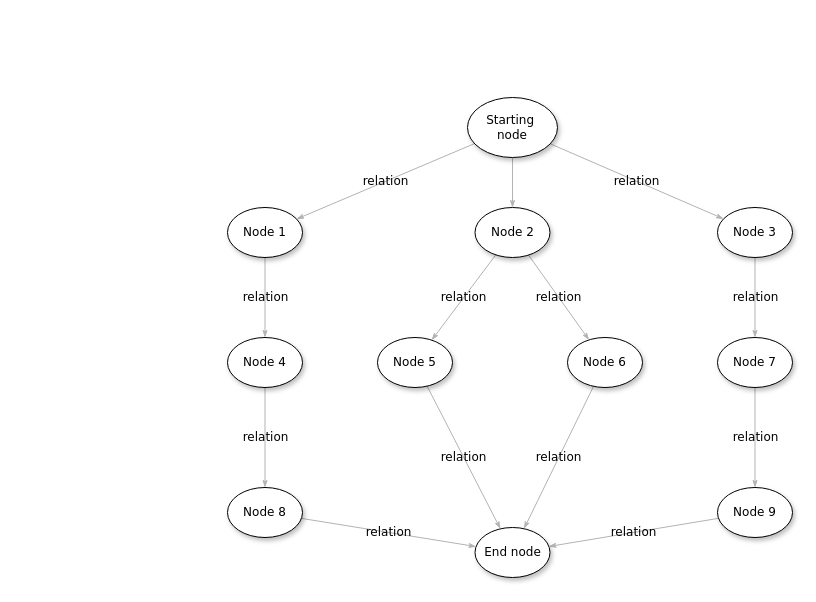
This is Class_Diagram.drawio from ParkerProbe/mp2-lab6-polynom-algebra, a draw.io file, before an edit. Source tidied: cells renumbered, new cells numbered last; positions are measured from the earlier drawing's top-left corner, leaving out a move shared by most shapes. Both pictures are drawn from the tidied source at 100%, with x=0, y=0 at pixel (227, 97).
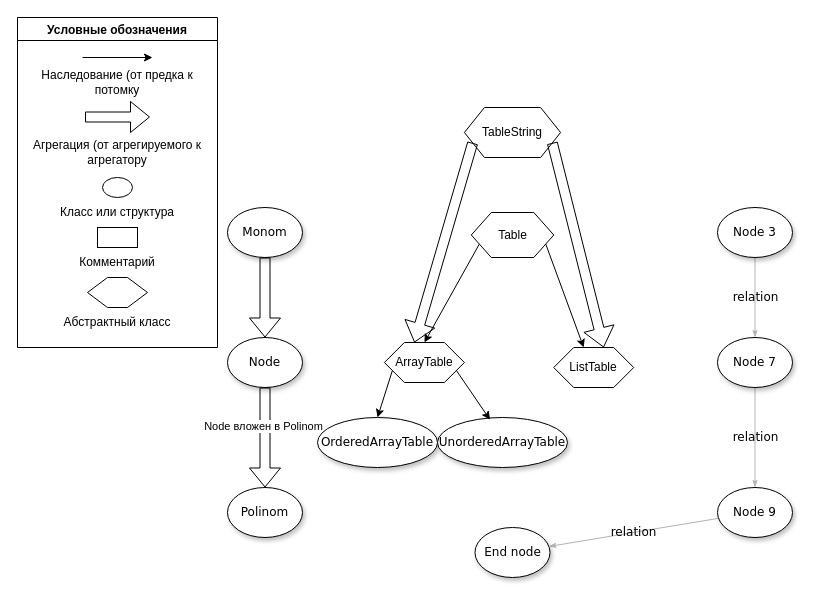
The same page after the edit.

Unchanged cells that the change refers to:
```xml
<mxCell id="10" value="&lt;span&gt;Node 3&lt;/span&gt;" style="ellipse;whiteSpace=wrap;html=1;rounded=0;shadow=1;comic=0;labelBackgroundColor=none;strokeWidth=1;fontFamily=Verdana;fontSize=12;align=center;" parent="1" vertex="1">
  <mxGeometry x="490" y="110" width="75" height="50" as="geometry" />
</mxCell>
<mxCell id="19" value="End node" style="ellipse;whiteSpace=wrap;html=1;rounded=0;shadow=1;comic=0;labelBackgroundColor=none;strokeWidth=1;fontFamily=Verdana;fontSize=12;align=center;" parent="1" vertex="1">
  <mxGeometry x="247.5" y="430" width="75" height="50" as="geometry" />
</mxCell>
```

What changed in the source:
```diff
@@
-    <mxCell id="2" style="edgeStyle=none;rounded=1;html=1;labelBackgroundColor=none;startArrow=none;startFill=0;startSize=5;endArrow=classicThin;endFill=1;endSize=5;jettySize=auto;strokeColor=#B3B3B3;strokeWidth=1;fontFamily=Verdana;fontSize=12;" parent="1" edge="1" source="5" target="8">
-      <mxGeometry relative="1" as="geometry" />
-    </mxCell>
-    <mxCell id="3" value="relation" style="edgeStyle=none;rounded=1;html=1;labelBackgroundColor=none;startArrow=none;startFill=0;startSize=5;endArrow=classicThin;endFill=1;endSize=5;jettySize=auto;strokeColor=#B3B3B3;strokeWidth=1;fontFamily=Verdana;fontSize=12;" parent="1" edge="1" source="5" target="21">
-      <mxGeometry relative="1" as="geometry" />
-    </mxCell>
-    <mxCell id="4" value="relation" style="edgeStyle=none;rounded=1;html=1;labelBackgroundColor=none;startArrow=none;startFill=0;startSize=5;endArrow=classicThin;endFill=1;endSize=5;jettySize=auto;strokeColor=#B3B3B3;strokeWidth=1;fontFamily=Verdana;fontSize=12;" parent="1" edge="1" source="5" target="10">
-      <mxGeometry relative="1" as="geometry" />
-    </mxCell>
-    <mxCell id="5" value="Starting&amp;nbsp;&lt;div&gt;node&lt;/div&gt;" style="ellipse;whiteSpace=wrap;html=1;rounded=0;shadow=1;comic=0;labelBackgroundColor=none;strokeWidth=1;fontFamily=Verdana;fontSize=12;align=center;" parent="1" vertex="1">
-      <mxGeometry x="240" width="90" height="60" as="geometry" />
-    </mxCell>
-    <mxCell id="6" value="relation" style="edgeStyle=none;rounded=1;html=1;labelBackgroundColor=none;startArrow=none;startFill=0;startSize=5;endArrow=classicThin;endFill=1;endSize=5;jettySize=auto;strokeColor=#B3B3B3;strokeWidth=1;fontFamily=Verdana;fontSize=12;" parent="1" edge="1" source="8" target="18">
-      <mxGeometry relative="1" as="geometry" />
-    </mxCell>
-    <mxCell id="7" value="relation" style="edgeStyle=none;rounded=1;html=1;labelBackgroundColor=none;startArrow=none;startFill=0;startSize=5;endArrow=classicThin;endFill=1;endSize=5;jettySize=auto;strokeColor=#B3B3B3;strokeWidth=1;fontFamily=Verdana;fontSize=12;" parent="1" edge="1" source="8" target="16">
-      <mxGeometry relative="1" as="geometry" />
-    </mxCell>
-    <mxCell id="8" value="&lt;span&gt;Node 2&lt;/span&gt;" style="ellipse;whiteSpace=wrap;html=1;rounded=0;shadow=1;comic=0;labelBackgroundColor=none;strokeWidth=1;fontFamily=Verdana;fontSize=12;align=center;" parent="1" vertex="1">
-      <mxGeometry x="247.5" y="110" width="75" height="50" as="geometry" />
-    </mxCell>
@@
-    <mxCell id="15" value="relation" style="edgeStyle=none;rounded=1;html=1;labelBackgroundColor=none;startArrow=none;startFill=0;startSize=5;endArrow=classicThin;endFill=1;endSize=5;jettySize=auto;strokeColor=#B3B3B3;strokeWidth=1;fontFamily=Verdana;fontSize=12;" parent="1" edge="1" source="16" target="19">
-      <mxGeometry relative="1" as="geometry" />
-    </mxCell>
-    <mxCell id="16" value="&lt;span&gt;Node 6&lt;/span&gt;" style="ellipse;whiteSpace=wrap;html=1;rounded=0;shadow=1;comic=0;labelBackgroundColor=none;strokeWidth=1;fontFamily=Verdana;fontSize=12;align=center;" parent="1" vertex="1">
-      <mxGeometry x="340" y="240" width="75" height="50" as="geometry" />
-    </mxCell>
-    <mxCell id="17" value="relation" style="edgeStyle=none;rounded=1;html=1;labelBackgroundColor=none;startArrow=none;startFill=0;startSize=5;endArrow=classicThin;endFill=1;endSize=5;jettySize=auto;strokeColor=#B3B3B3;strokeWidth=1;fontFamily=Verdana;fontSize=12;" parent="1" edge="1" source="18" target="19">
-      <mxGeometry relative="1" as="geometry" />
-    </mxCell>
-    <mxCell id="18" value="&lt;span&gt;Node 5&lt;/span&gt;" style="ellipse;whiteSpace=wrap;html=1;rounded=0;shadow=1;comic=0;labelBackgroundColor=none;strokeWidth=1;fontFamily=Verdana;fontSize=12;align=center;" parent="1" vertex="1">
-      <mxGeometry x="150" y="240" width="75" height="50" as="geometry" />
-    </mxCell>
@@
+    <mxCell id="21" value="Monom" style="ellipse;whiteSpace=wrap;html=1;rounded=0;shadow=1;comic=0;labelBackgroundColor=none;strokeWidth=1;fontFamily=Verdana;fontSize=12;align=center;" parent="1" vertex="1">
+      <mxGeometry y="110" width="75" height="50" as="geometry" />
+    </mxCell>
+    <mxCell id="23" value="Node" style="ellipse;whiteSpace=wrap;html=1;rounded=0;shadow=1;comic=0;labelBackgroundColor=none;strokeWidth=1;fontFamily=Verdana;fontSize=12;align=center;" parent="1" vertex="1">
+      <mxGeometry y="240" width="75" height="50" as="geometry" />
+    </mxCell>
+    <mxCell id="25" value="Polinom" style="ellipse;whiteSpace=wrap;html=1;rounded=0;shadow=1;comic=0;labelBackgroundColor=none;strokeWidth=1;fontFamily=Verdana;fontSize=12;align=center;" parent="1" vertex="1">
+      <mxGeometry y="390" width="75" height="50" as="geometry" />
+    </mxCell>
+    <mxCell id="26" value="Условные обозначения" style="swimlane;" parent="1" vertex="1">
+      <mxGeometry x="-210" y="-80" width="200" height="330" as="geometry" />
+    </mxCell>
+    <mxCell id="27" style="endArrow=classic;html=1;rounded=0;" parent="26" edge="1">
+      <mxGeometry relative="1" as="geometry">
+        <mxPoint x="65" y="40" as="sourcePoint" />
+        <mxPoint x="135" y="40" as="targetPoint" />
+      </mxGeometry>
+    </mxCell>
+    <mxCell id="28" value="Наследование (от предка к потомку" style="text;html=1;strokeColor=none;fillColor=none;align=center;verticalAlign=middle;whiteSpace=wrap;rounded=0;" parent="26" vertex="1">
+      <mxGeometry y="50" width="200" height="30" as="geometry" />
+    </mxCell>
+    <mxCell id="29" style="shape=flexArrow;endArrow=classic;html=1;rounded=0;" parent="26" edge="1">
+      <mxGeometry relative="1" as="geometry">
+        <mxPoint x="67.5" y="99.5" as="sourcePoint" />
+        <mxPoint x="132.5" y="99.5" as="targetPoint" />
+      </mxGeometry>
+    </mxCell>
+    <mxCell id="30" value="Агрегация (от агрегируемого к агрегатору" style="text;html=1;strokeColor=none;fillColor=none;align=center;verticalAlign=middle;whiteSpace=wrap;rounded=0;" parent="26" vertex="1">
+      <mxGeometry y="120" width="200" height="30" as="geometry" />
+    </mxCell>
+    <mxCell id="31" style="ellipse;whiteSpace=wrap;html=1;" parent="26" vertex="1">
+      <mxGeometry x="85" y="160" width="30" height="20" as="geometry" />
+    </mxCell>
+    <mxCell id="32" value="Класс или структура" style="text;html=1;strokeColor=none;fillColor=none;align=center;verticalAlign=middle;whiteSpace=wrap;rounded=0;" parent="26" vertex="1">
+      <mxGeometry x="40" y="180" width="120" height="30" as="geometry" />
+    </mxCell>
+    <mxCell id="33" style="rounded=0;whiteSpace=wrap;html=1;" parent="26" vertex="1">
+      <mxGeometry x="80" y="210" width="40" height="20" as="geometry" />
+    </mxCell>
+    <mxCell id="34" value="Комментарий" style="text;html=1;strokeColor=none;fillColor=none;align=center;verticalAlign=middle;whiteSpace=wrap;rounded=0;" parent="26" vertex="1">
+      <mxGeometry x="70" y="230" width="60" height="30" as="geometry" />
+    </mxCell>
+    <mxCell id="35" style="shape=hexagon;perimeter=hexagonPerimeter2;whiteSpace=wrap;html=1;fixedSize=1;" parent="26" vertex="1">
+      <mxGeometry x="70" y="260" width="60" height="30" as="geometry" />
+    </mxCell>
+    <mxCell id="36" value="Абстрактный класс" style="text;html=1;strokeColor=none;fillColor=none;align=center;verticalAlign=middle;whiteSpace=wrap;rounded=0;" parent="26" vertex="1">
+      <mxGeometry x="45" y="290" width="110" height="30" as="geometry" />
+    </mxCell>
-    <mxCell id="20" value="relation" style="edgeStyle=none;rounded=1;html=1;labelBackgroundColor=none;startArrow=none;startFill=0;startSize=5;endArrow=classicThin;endFill=1;endSize=5;jettySize=auto;strokeColor=#B3B3B3;strokeWidth=1;fontFamily=Verdana;fontSize=12;" parent="1" edge="1" source="21" target="23">
+    <mxCell id="20" style="shape=flexArrow;endArrow=classic;html=1;rounded=0;entryX=0.5;entryY=0;entryDx=0;entryDy=0;exitX=0.5;exitY=1;exitDx=0;exitDy=0;" parent="1" edge="1" source="21" target="23">
       <mxGeometry relative="1" as="geometry" />
     </mxCell>
-    <mxCell id="21" value="Node 1" style="ellipse;whiteSpace=wrap;html=1;rounded=0;shadow=1;comic=0;labelBackgroundColor=none;strokeWidth=1;fontFamily=Verdana;fontSize=12;align=center;" parent="1" vertex="1">
-      <mxGeometry y="110" width="75" height="50" as="geometry" />
-    </mxCell>
-    <mxCell id="22" value="relation" style="edgeStyle=none;rounded=1;html=1;labelBackgroundColor=none;startArrow=none;startFill=0;startSize=5;endArrow=classicThin;endFill=1;endSize=5;jettySize=auto;strokeColor=#B3B3B3;strokeWidth=1;fontFamily=Verdana;fontSize=12;" parent="1" edge="1" source="23" target="25">
+    <mxCell id="22" style="shape=flexArrow;endArrow=classic;html=1;rounded=0;entryX=0.5;entryY=0;entryDx=0;entryDy=0;exitX=0.5;exitY=1;exitDx=0;exitDy=0;" parent="1" edge="1" source="23" target="25">
       <mxGeometry relative="1" as="geometry" />
     </mxCell>
-    <mxCell id="23" value="&lt;span&gt;Node 4&lt;/span&gt;" style="ellipse;whiteSpace=wrap;html=1;rounded=0;shadow=1;comic=0;labelBackgroundColor=none;strokeWidth=1;fontFamily=Verdana;fontSize=12;align=center;" parent="1" vertex="1">
-      <mxGeometry y="240" width="75" height="50" as="geometry" />
-    </mxCell>
-    <mxCell id="24" value="relation" style="edgeStyle=none;rounded=1;html=1;labelBackgroundColor=none;startArrow=none;startFill=0;startSize=5;endArrow=classicThin;endFill=1;endSize=5;jettySize=auto;strokeColor=#B3B3B3;strokeWidth=1;fontFamily=Verdana;fontSize=12;" parent="1" edge="1" source="25" target="19">
-      <mxGeometry relative="1" as="geometry" />
-    </mxCell>
-    <mxCell id="25" value="&lt;span&gt;Node 8&lt;/span&gt;" style="ellipse;whiteSpace=wrap;html=1;rounded=0;shadow=1;comic=0;labelBackgroundColor=none;strokeWidth=1;fontFamily=Verdana;fontSize=12;align=center;" parent="1" vertex="1">
-      <mxGeometry y="390" width="75" height="50" as="geometry" />
-    </mxCell>
+    <mxCell id="37" value="Node вложен в Polinom" style="edgeLabel;html=1;align=center;verticalAlign=middle;" parent="22" vertex="1">
+      <mxGeometry x="-0.25" y="-2" relative="1" as="geometry" />
+    </mxCell>
+    <mxCell id="38" value="Table" style="shape=hexagon;perimeter=hexagonPerimeter2;whiteSpace=wrap;html=1;fixedSize=1;" parent="1" vertex="1">
+      <mxGeometry x="243.8" y="115" width="82.5" height="45" as="geometry" />
+    </mxCell>
+    <mxCell id="39" value="TableString" style="shape=hexagon;perimeter=hexagonPerimeter2;whiteSpace=wrap;html=1;fixedSize=1;" parent="1" vertex="1">
+      <mxGeometry x="236.9" y="10" width="96.2" height="50" as="geometry" />
+    </mxCell>
+    <mxCell id="40" value="ArrayTable" style="shape=hexagon;perimeter=hexagonPerimeter2;whiteSpace=wrap;html=1;fixedSize=1;" parent="1" vertex="1">
+      <mxGeometry x="156.9" y="245" width="80" height="40" as="geometry" />
+    </mxCell>
+    <mxCell id="41" value="ListTable" style="shape=hexagon;perimeter=hexagonPerimeter2;whiteSpace=wrap;html=1;fixedSize=1;" parent="1" vertex="1">
+      <mxGeometry x="326.2" y="250" width="80" height="40" as="geometry" />
+    </mxCell>
+    <mxCell id="42" style="endArrow=classic;html=1;rounded=0;entryX=0.5;entryY=0;entryDx=0;entryDy=0;exitX=0;exitY=0.75;exitDx=0;exitDy=0;" parent="1" edge="1" source="38" target="40">
+      <mxGeometry relative="1" as="geometry" />
+    </mxCell>
+    <mxCell id="43" style="endArrow=classic;html=1;rounded=0;exitX=1;exitY=0.75;exitDx=0;exitDy=0;entryX=0.375;entryY=0;entryDx=0;entryDy=0;" parent="1" edge="1" source="38" target="41">
+      <mxGeometry relative="1" as="geometry" />
+    </mxCell>
+    <mxCell id="44" value="OrderedArrayTable" style="ellipse;whiteSpace=wrap;html=1;rounded=0;shadow=1;comic=0;labelBackgroundColor=none;strokeWidth=1;fontFamily=Verdana;fontSize=12;align=center;" parent="1" vertex="1">
+      <mxGeometry x="90" y="320" width="120" height="50" as="geometry" />
+    </mxCell>
+    <mxCell id="45" value="UnorderedArrayTable" style="ellipse;whiteSpace=wrap;html=1;rounded=0;shadow=1;comic=0;labelBackgroundColor=none;strokeWidth=1;fontFamily=Verdana;fontSize=12;align=center;" parent="1" vertex="1">
+      <mxGeometry x="210" y="320" width="130" height="50" as="geometry" />
+    </mxCell>
+    <mxCell id="46" style="endArrow=classic;html=1;rounded=0;exitX=0;exitY=0.75;exitDx=0;exitDy=0;entryX=0.5;entryY=0;entryDx=0;entryDy=0;" parent="1" edge="1" source="40" target="44">
+      <mxGeometry relative="1" as="geometry" />
+    </mxCell>
+    <mxCell id="47" style="endArrow=classic;html=1;rounded=0;exitX=1;exitY=0.75;exitDx=0;exitDy=0;entryX=0.404;entryY=0.044;entryDx=0;entryDy=0;entryPerimeter=0;" parent="1" edge="1" source="40" target="45">
+      <mxGeometry relative="1" as="geometry" />
+    </mxCell>
+    <mxCell id="48" style="shape=flexArrow;endArrow=classic;html=1;rounded=0;entryX=0.375;entryY=0;entryDx=0;entryDy=0;exitX=0;exitY=0.75;exitDx=0;exitDy=0;" parent="1" edge="1" source="39" target="40">
+      <mxGeometry relative="1" as="geometry" />
+    </mxCell>
+    <mxCell id="49" style="shape=flexArrow;endArrow=classic;html=1;rounded=0;entryX=0.625;entryY=0;entryDx=0;entryDy=0;exitX=1;exitY=0.75;exitDx=0;exitDy=0;" parent="1" edge="1" source="39" target="41">
+      <mxGeometry relative="1" as="geometry" />
+    </mxCell>
```
